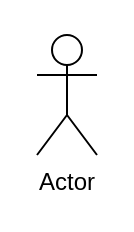
This is document/제목 없는 다이어그램.drawio from benedictJHGil/fastcampus-project-board, a draw.io file, before an edit. Source tidied: cells renumbered, new cells numbered last; positions are measured from the earlier drawing's top-left corner, leaving out a move shared by most shapes. Both pictures are drawn from the tidied source at 200%, with x=0, y=0 at pixel (36, 34).
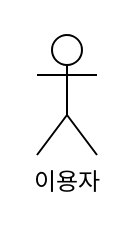
After the change.

Commit message:
제목 없는 다이어그램.drawio

What changed in the source:
```diff
@@
 <mxGraphModel>
   <root>
     <mxCell id="0" />
     <mxCell id="1" parent="0" />
-    <mxCell id="2" value="Actor" style="shape=umlActor;verticalLabelPosition=bottom;verticalAlign=top;html=1;" parent="1" vertex="1">
+    <mxCell id="2" value="이용자" style="shape=umlActor;verticalLabelPosition=bottom;verticalAlign=top;html=1;" parent="1" vertex="1">
       <mxGeometry width="30" height="60" as="geometry" />
     </mxCell>
   </root>
 </mxGraphModel>
```
